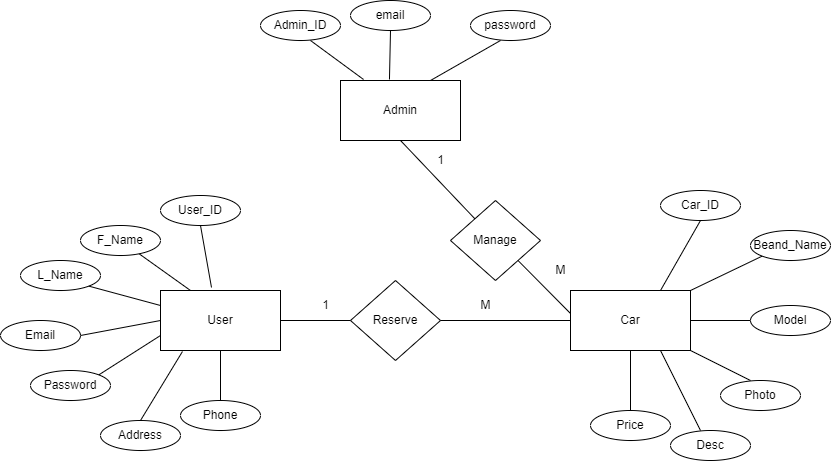
This is 3- Design/High-Level-Design/erd.png from beshoysamehsamaan/Car-Purchasing-App, a draw.io export, as it was before one commit. Source tidied: cells renumbered, new cells last; positions are measured from the earlier drawing's top-left corner, leaving out a move shared by most shapes. Its diagram source:
```xml
<mxGraphModel>
  <root>
    <mxCell id="0" />
    <mxCell id="1" parent="0" />
    <mxCell id="2" value="User" style="rounded=0;whiteSpace=wrap;html=1;" parent="1" vertex="1">
      <mxGeometry x="160" y="290" width="120" height="60" as="geometry" />
    </mxCell>
    <mxCell id="3" value="Admin" style="rounded=0;whiteSpace=wrap;html=1;" parent="1" vertex="1">
      <mxGeometry x="340" y="80" width="120" height="60" as="geometry" />
    </mxCell>
    <mxCell id="4" value="Beand_Name" style="ellipse;whiteSpace=wrap;html=1;" parent="1" vertex="1">
      <mxGeometry x="750" y="230" width="80" height="30" as="geometry" />
    </mxCell>
    <mxCell id="5" value="Car_ID" style="ellipse;whiteSpace=wrap;html=1;" parent="1" vertex="1">
      <mxGeometry x="660" y="190" width="80" height="30" as="geometry" />
    </mxCell>
    <mxCell id="6" value="password" style="ellipse;whiteSpace=wrap;html=1;" parent="1" vertex="1">
      <mxGeometry x="470" y="10" width="80" height="30" as="geometry" />
    </mxCell>
    <mxCell id="7" style="edgeStyle=orthogonalEdgeStyle;rounded=0;jettySize=auto;html=1;exitX=0.5;exitY=0;exitDx=0;exitDy=0;entryX=0.75;entryY=1;entryDx=0;entryDy=0;strokeColor=none;" parent="1" edge="1" source="8" target="38">
      <mxGeometry relative="1" as="geometry" />
    </mxCell>
    <mxCell id="8" value="Price" style="ellipse;whiteSpace=wrap;html=1;" parent="1" vertex="1">
      <mxGeometry x="590" y="410" width="80" height="30" as="geometry" />
    </mxCell>
    <mxCell id="9" value="Model" style="ellipse;whiteSpace=wrap;html=1;" parent="1" vertex="1">
      <mxGeometry x="750" y="305" width="80" height="30" as="geometry" />
    </mxCell>
    <mxCell id="10" value="Photo" style="ellipse;whiteSpace=wrap;html=1;" parent="1" vertex="1">
      <mxGeometry x="720" y="380" width="80" height="30" as="geometry" />
    </mxCell>
    <mxCell id="11" value="Desc" style="ellipse;whiteSpace=wrap;html=1;" parent="1" vertex="1">
      <mxGeometry x="670" y="430" width="80" height="30" as="geometry" />
    </mxCell>
    <mxCell id="12" value="email" style="ellipse;whiteSpace=wrap;html=1;" parent="1" vertex="1">
      <mxGeometry x="350" width="80" height="30" as="geometry" />
    </mxCell>
    <mxCell id="13" value="Admin_ID" style="ellipse;whiteSpace=wrap;html=1;" parent="1" vertex="1">
      <mxGeometry x="260" y="10" width="80" height="30" as="geometry" />
    </mxCell>
    <mxCell id="14" value="L_Name" style="ellipse;whiteSpace=wrap;html=1;" parent="1" vertex="1">
      <mxGeometry x="20" y="260" width="80" height="30" as="geometry" />
    </mxCell>
    <mxCell id="15" value="Password" style="ellipse;whiteSpace=wrap;html=1;" parent="1" vertex="1">
      <mxGeometry x="30" y="370" width="80" height="30" as="geometry" />
    </mxCell>
    <mxCell id="16" value="Phone" style="ellipse;whiteSpace=wrap;html=1;" parent="1" vertex="1">
      <mxGeometry x="180" y="400" width="80" height="30" as="geometry" />
    </mxCell>
    <mxCell id="17" value="Email" style="ellipse;whiteSpace=wrap;html=1;" parent="1" vertex="1">
      <mxGeometry y="320" width="80" height="30" as="geometry" />
    </mxCell>
    <mxCell id="18" value="User_ID" style="ellipse;whiteSpace=wrap;html=1;" parent="1" vertex="1">
      <mxGeometry x="160" y="195" width="80" height="30" as="geometry" />
    </mxCell>
    <mxCell id="19" value="Address" style="ellipse;whiteSpace=wrap;html=1;" parent="1" vertex="1">
      <mxGeometry x="100" y="420" width="80" height="30" as="geometry" />
    </mxCell>
    <mxCell id="20" style="endArrow=none;html=1;rounded=0;exitX=0.75;exitY=1;exitDx=0;exitDy=0;" parent="1" edge="1" source="38">
      <mxGeometry relative="1" as="geometry">
        <mxPoint x="700" y="430" as="targetPoint" />
      </mxGeometry>
    </mxCell>
    <mxCell id="21" style="endArrow=none;html=1;rounded=0;exitX=0.75;exitY=0;exitDx=0;exitDy=0;entryX=0.5;entryY=1;entryDx=0;entryDy=0;" parent="1" edge="1" source="38" target="5">
      <mxGeometry relative="1" as="geometry" />
    </mxCell>
    <mxCell id="22" style="endArrow=none;html=1;rounded=0;exitX=1;exitY=0;exitDx=0;exitDy=0;entryX=0;entryY=1;entryDx=0;entryDy=0;" parent="1" edge="1" source="38" target="4">
      <mxGeometry relative="1" as="geometry" />
    </mxCell>
    <mxCell id="23" style="endArrow=none;html=1;rounded=0;entryX=0;entryY=0.5;entryDx=0;entryDy=0;exitX=1;exitY=0.5;exitDx=0;exitDy=0;" parent="1" edge="1" source="38" target="9">
      <mxGeometry relative="1" as="geometry" />
    </mxCell>
    <mxCell id="24" style="endArrow=none;html=1;rounded=0;exitX=1;exitY=1;exitDx=0;exitDy=0;" parent="1" edge="1" source="38">
      <mxGeometry relative="1" as="geometry">
        <mxPoint x="750" y="380" as="targetPoint" />
      </mxGeometry>
    </mxCell>
    <mxCell id="25" style="endArrow=none;html=1;rounded=0;exitX=0.75;exitY=0;exitDx=0;exitDy=0;" parent="1" edge="1" source="3">
      <mxGeometry relative="1" as="geometry">
        <mxPoint x="500" y="40" as="targetPoint" />
      </mxGeometry>
    </mxCell>
    <mxCell id="26" style="endArrow=none;html=1;rounded=0;entryX=0.5;entryY=1;entryDx=0;entryDy=0;exitX=0.408;exitY=-0.017;exitDx=0;exitDy=0;exitPerimeter=0;" parent="1" edge="1" source="3" target="12">
      <mxGeometry relative="1" as="geometry" />
    </mxCell>
    <mxCell id="27" style="endArrow=none;html=1;rounded=0;entryX=0.192;entryY=-0.017;entryDx=0;entryDy=0;entryPerimeter=0;" parent="1" edge="1" target="3">
      <mxGeometry relative="1" as="geometry">
        <mxPoint x="310" y="40" as="sourcePoint" />
      </mxGeometry>
    </mxCell>
    <mxCell id="28" style="endArrow=none;html=1;rounded=0;exitX=0.5;exitY=0;exitDx=0;exitDy=0;entryX=0.5;entryY=1;entryDx=0;entryDy=0;" parent="1" edge="1" source="16" target="2">
      <mxGeometry relative="1" as="geometry" />
    </mxCell>
    <mxCell id="29" style="endArrow=none;html=1;rounded=0;exitX=0.5;exitY=0;exitDx=0;exitDy=0;entryX=0.183;entryY=1.017;entryDx=0;entryDy=0;entryPerimeter=0;" parent="1" edge="1" source="19" target="2">
      <mxGeometry relative="1" as="geometry" />
    </mxCell>
    <mxCell id="30" style="endArrow=none;html=1;rounded=0;exitX=1;exitY=0;exitDx=0;exitDy=0;entryX=0;entryY=0.75;entryDx=0;entryDy=0;" parent="1" edge="1" source="15" target="2">
      <mxGeometry relative="1" as="geometry" />
    </mxCell>
    <mxCell id="31" style="endArrow=none;html=1;rounded=0;exitX=1;exitY=0.5;exitDx=0;exitDy=0;entryX=0;entryY=0.5;entryDx=0;entryDy=0;" parent="1" edge="1" source="17" target="2">
      <mxGeometry relative="1" as="geometry" />
    </mxCell>
    <mxCell id="32" style="endArrow=none;html=1;rounded=0;exitX=1;exitY=1;exitDx=0;exitDy=0;entryX=0;entryY=0.25;entryDx=0;entryDy=0;" parent="1" edge="1" source="14" target="2">
      <mxGeometry relative="1" as="geometry" />
    </mxCell>
    <mxCell id="33" style="endArrow=none;html=1;rounded=0;entryX=0.25;entryY=0;entryDx=0;entryDy=0;startArrow=none;" parent="1" edge="1" source="35" target="2">
      <mxGeometry relative="1" as="geometry" />
    </mxCell>
    <mxCell id="34" style="endArrow=none;html=1;rounded=0;entryX=0.5;entryY=1;entryDx=0;entryDy=0;exitX=0.425;exitY=-0.05;exitDx=0;exitDy=0;exitPerimeter=0;" parent="1" edge="1" source="2" target="18">
      <mxGeometry relative="1" as="geometry" />
    </mxCell>
    <mxCell id="35" value="F_Name" style="ellipse;whiteSpace=wrap;html=1;" parent="1" vertex="1">
      <mxGeometry x="80" y="225" width="80" height="30" as="geometry" />
    </mxCell>
    <mxCell id="36" value="Manage" style="rhombus;whiteSpace=wrap;html=1;" parent="1" vertex="1">
      <mxGeometry x="450" y="200" width="90" height="80" as="geometry" />
    </mxCell>
    <mxCell id="37" style="edgeStyle=orthogonalEdgeStyle;rounded=0;jettySize=auto;html=1;exitX=0.5;exitY=0;exitDx=0;exitDy=0;startArrow=none;startFill=0;endArrow=none;endFill=0;" parent="1" edge="1" source="8" target="38">
      <mxGeometry relative="1" as="geometry" />
    </mxCell>
    <mxCell id="38" value="Car" style="rounded=0;whiteSpace=wrap;html=1;" parent="1" vertex="1">
      <mxGeometry x="570" y="290" width="120" height="60" as="geometry" />
    </mxCell>
    <mxCell id="39" style="endArrow=none;html=1;rounded=0;entryX=0.5;entryY=1;entryDx=0;entryDy=0;" parent="1" edge="1" source="36" target="3">
      <mxGeometry relative="1" as="geometry" />
    </mxCell>
    <mxCell id="40" style="endArrow=none;html=1;rounded=0;entryX=0;entryY=0.383;entryDx=0;entryDy=0;entryPerimeter=0;exitX=1;exitY=1;exitDx=0;exitDy=0;" parent="1" edge="1" source="36" target="38">
      <mxGeometry relative="1" as="geometry" />
    </mxCell>
    <mxCell id="41" value="Reserve" style="rhombus;whiteSpace=wrap;html=1;" parent="1" vertex="1">
      <mxGeometry x="350" y="280" width="90" height="80" as="geometry" />
    </mxCell>
    <mxCell id="42" style="endArrow=none;html=1;rounded=0;entryX=1;entryY=0.5;entryDx=0;entryDy=0;exitX=0;exitY=0.5;exitDx=0;exitDy=0;" parent="1" edge="1" source="41" target="2">
      <mxGeometry relative="1" as="geometry" />
    </mxCell>
    <mxCell id="43" style="endArrow=none;html=1;rounded=0;entryX=0;entryY=0.5;entryDx=0;entryDy=0;exitX=1;exitY=0.5;exitDx=0;exitDy=0;" parent="1" edge="1" source="41" target="38">
      <mxGeometry relative="1" as="geometry" />
    </mxCell>
    <mxCell id="44" value="M" style="text;html=1;align=center;verticalAlign=middle;strokeColor=none;fillColor=none;" parent="1" vertex="1">
      <mxGeometry x="545" y="255" width="30" height="30" as="geometry" />
    </mxCell>
    <mxCell id="45" value="1" style="text;html=1;align=center;verticalAlign=middle;strokeColor=none;fillColor=none;" parent="1" vertex="1">
      <mxGeometry x="425" y="145" width="30" height="30" as="geometry" />
    </mxCell>
    <mxCell id="46" value="M" style="text;html=1;align=center;verticalAlign=middle;strokeColor=none;fillColor=none;" parent="1" vertex="1">
      <mxGeometry x="470" y="290" width="30" height="30" as="geometry" />
    </mxCell>
    <mxCell id="47" value="1" style="text;html=1;align=center;verticalAlign=middle;strokeColor=none;fillColor=none;" parent="1" vertex="1">
      <mxGeometry x="310" y="290" width="30" height="30" as="geometry" />
    </mxCell>
  </root>
</mxGraphModel>
```
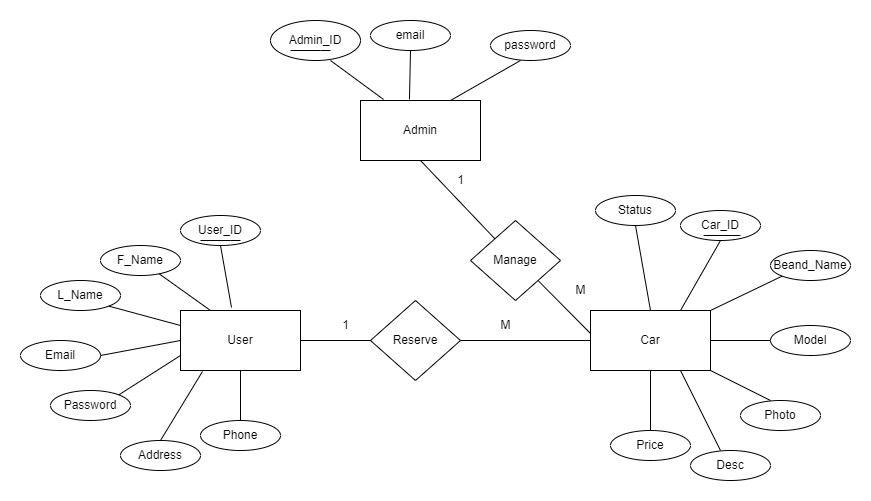
The same diagram one commit later.

Diff of the diagram source:
```diff
@@ -36,7 +36,7 @@
       <mxGeometry x="350" width="80" height="30" as="geometry" />
     </mxCell>
     <mxCell id="13" value="Admin_ID" style="ellipse;whiteSpace=wrap;html=1;" parent="1" vertex="1">
-      <mxGeometry x="260" y="10" width="80" height="30" as="geometry" />
+      <mxGeometry x="250" width="90" height="40" as="geometry" />
     </mxCell>
     <mxCell id="14" value="L_Name" style="ellipse;whiteSpace=wrap;html=1;" parent="1" vertex="1">
       <mxGeometry x="20" y="260" width="80" height="30" as="geometry" />
@@ -148,5 +148,34 @@
     <mxCell id="47" value="1" style="text;html=1;align=center;verticalAlign=middle;strokeColor=none;fillColor=none;" parent="1" vertex="1">
       <mxGeometry x="310" y="290" width="30" height="30" as="geometry" />
     </mxCell>
+    <mxCell id="48" value="Status" style="ellipse;whiteSpace=wrap;html=1;" parent="1" vertex="1">
+      <mxGeometry x="575" y="175" width="80" height="30" as="geometry" />
+    </mxCell>
+    <mxCell id="49" style="endArrow=none;html=1;rounded=0;entryX=0.5;entryY=1;entryDx=0;entryDy=0;exitX=0.5;exitY=0;exitDx=0;exitDy=0;" parent="1" edge="1" source="38" target="48">
+      <mxGeometry relative="1" as="geometry" />
+    </mxCell>
+    <mxCell id="50" style="endArrow=none;html=1;rounded=0;exitX=0.288;exitY=0.833;exitDx=0;exitDy=0;exitPerimeter=0;" parent="1" edge="1" source="5">
+      <mxGeometry relative="1" as="geometry">
+        <mxPoint x="720" y="215" as="targetPoint" />
+      </mxGeometry>
+    </mxCell>
+    <mxCell id="51" style="endArrow=none;html=1;rounded=0;" parent="1" edge="1">
+      <mxGeometry relative="1" as="geometry">
+        <mxPoint x="270" y="30" as="sourcePoint" />
+        <mxPoint x="310" y="30" as="targetPoint" />
+        <Array as="points">
+          <mxPoint x="300" y="30" />
+        </Array>
+      </mxGeometry>
+    </mxCell>
+    <mxCell id="52" style="endArrow=none;html=1;rounded=0;" parent="1" edge="1">
+      <mxGeometry relative="1" as="geometry">
+        <mxPoint x="180" y="220" as="sourcePoint" />
+        <mxPoint x="220" y="220" as="targetPoint" />
+        <Array as="points">
+          <mxPoint x="210" y="220" />
+        </Array>
+      </mxGeometry>
+    </mxCell>
   </root>
 </mxGraphModel>
```
